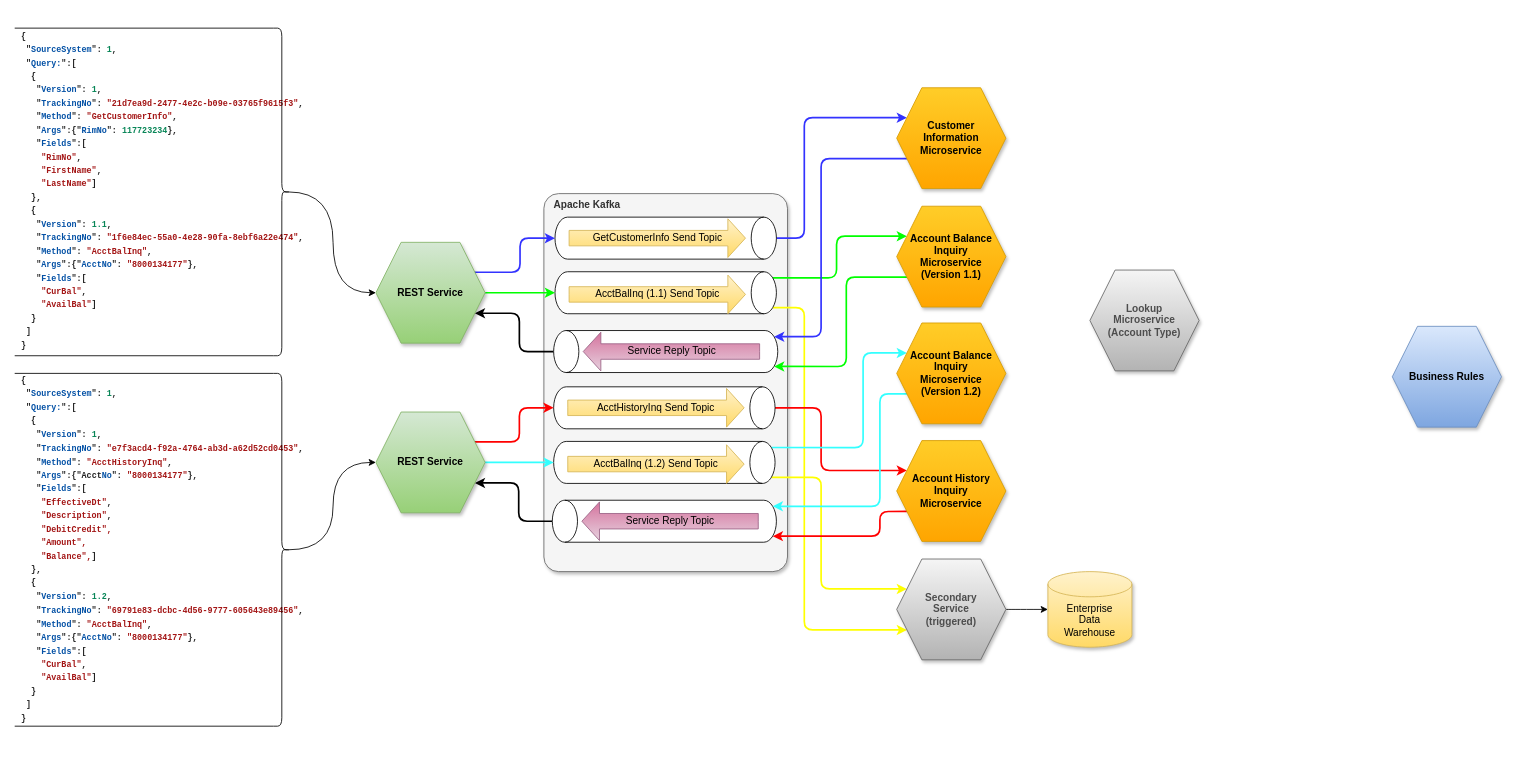
Earlier version of the draw.io diagram page "Routing" (4 of 8) of Microservice Architecture.drawio (badenhorstp/readme). Source tidied: cells renumbered, new cells numbered last; positions are measured from the earlier drawing's top-left corner, leaving out a move shared by most shapes. Both pictures are drawn from the tidied source at 84%, with x=0, y=0 at pixel (14, 14).
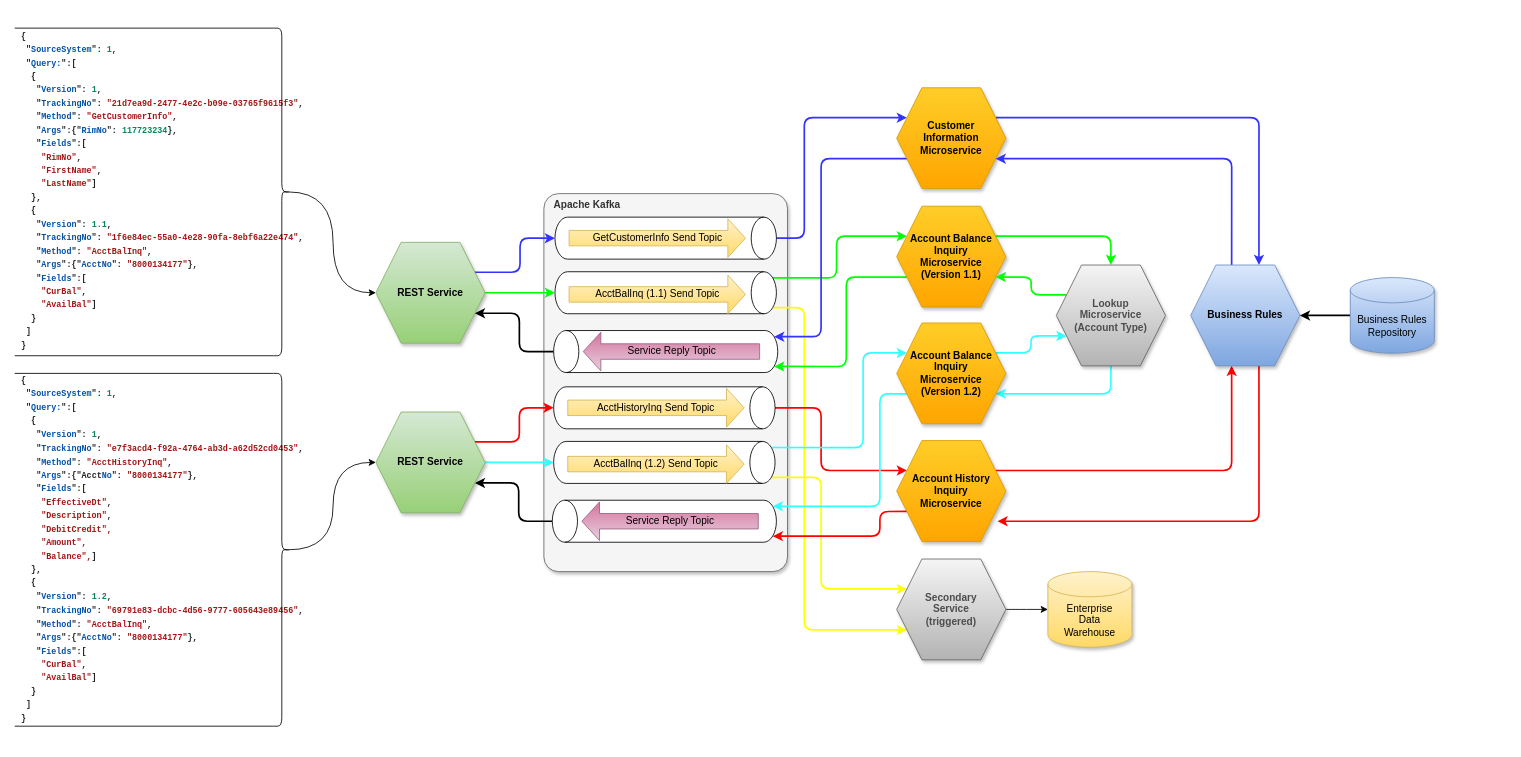
Above is the later version.

Unchanged cells that the change refers to:
```xml
<mxCell id="27" value="Customer&lt;br&gt;Information&lt;br&gt;Microservice" style="shape=hexagon;perimeter=hexagonPerimeter2;whiteSpace=wrap;html=1;fixedSize=1;fillColor=#ffcd28;strokeColor=#d79b00;shadow=1;rounded=0;gradientColor=#ffa500;size=30;fontStyle=1;" parent="1" vertex="1">
  <mxGeometry x="1050" y="87" width="130" height="120" as="geometry" />
</mxCell>
<mxCell id="29" value="Account Balance&lt;br&gt;Inquiry &lt;br&gt;Microservice&lt;br&gt;(Version 1.1)" style="shape=hexagon;perimeter=hexagonPerimeter2;whiteSpace=wrap;html=1;fixedSize=1;fillColor=#ffcd28;strokeColor=#d79b00;shadow=1;rounded=0;gradientColor=#ffa500;size=30;fontStyle=1;" parent="1" vertex="1">
  <mxGeometry x="1050" y="228" width="130" height="120" as="geometry" />
</mxCell>
<mxCell id="34" value="Account History&lt;br&gt;Inquiry&lt;br&gt;Microservice" style="shape=hexagon;perimeter=hexagonPerimeter2;whiteSpace=wrap;html=1;fixedSize=1;fillColor=#ffcd28;strokeColor=#d79b00;shadow=1;rounded=0;gradientColor=#ffa500;size=30;fontStyle=1;" parent="1" vertex="1">
  <mxGeometry x="1050" y="507" width="130" height="120" as="geometry" />
</mxCell>
<mxCell id="53" value="Account Balance&lt;br&gt;Inquiry &lt;br&gt;Microservice&lt;br&gt;(Version 1.2)" style="shape=hexagon;perimeter=hexagonPerimeter2;whiteSpace=wrap;html=1;fixedSize=1;fillColor=#ffcd28;strokeColor=#d79b00;shadow=1;rounded=0;gradientColor=#ffa500;size=30;fontStyle=1;" parent="1" vertex="1">
  <mxGeometry x="1050" y="367" width="130" height="120" as="geometry" />
</mxCell>
```

Diff of the diagram source:
```diff
@@
+    <mxCell id="54" style="edgeStyle=orthogonalEdgeStyle;rounded=1;jettySize=auto;html=1;exitX=1;exitY=0.25;exitDx=0;exitDy=0;entryX=0.625;entryY=0;entryDx=0;entryDy=0;shadow=0;strokeWidth=2;strokeColor=#3333FF;" parent="1" edge="1" source="27" target="35">
+      <mxGeometry relative="1" as="geometry" />
+    </mxCell>
@@
+    <mxCell id="55" style="edgeStyle=orthogonalEdgeStyle;rounded=1;jettySize=auto;html=1;exitX=1;exitY=0.25;exitDx=0;exitDy=0;entryX=0.5;entryY=0;entryDx=0;entryDy=0;shadow=0;strokeWidth=2;fillColor=#cce5ff;strokeColor=#00FF00;" parent="1" edge="1" source="29" target="36">
+      <mxGeometry relative="1" as="geometry" />
+    </mxCell>
@@
+    <mxCell id="56" style="edgeStyle=orthogonalEdgeStyle;rounded=1;jettySize=auto;html=1;exitX=1;exitY=0.25;exitDx=0;exitDy=0;entryX=0.375;entryY=1;entryDx=0;entryDy=0;shadow=0;strokeWidth=2;strokeColor=#FF0000;" parent="1" edge="1" source="34" target="35">
+      <mxGeometry relative="1" as="geometry" />
+    </mxCell>
@@
+    <mxCell id="57" style="edgeStyle=orthogonalEdgeStyle;rounded=1;jettySize=auto;html=1;exitX=0.375;exitY=0;exitDx=0;exitDy=0;entryX=1;entryY=0.75;entryDx=0;entryDy=0;shadow=0;strokeWidth=2;strokeColor=#3333FF;" parent="1" edge="1" source="35" target="27">
+      <mxGeometry relative="1" as="geometry">
+        <Array as="points">
+          <mxPoint x="1449" y="171" />
+        </Array>
+      </mxGeometry>
+    </mxCell>
+    <mxCell id="58" style="edgeStyle=orthogonalEdgeStyle;rounded=1;jettySize=auto;html=1;exitX=0.625;exitY=1;exitDx=0;exitDy=0;entryX=0.923;entryY=0.8;entryDx=0;entryDy=0;entryPerimeter=0;shadow=0;strokeWidth=2;strokeColor=#FF0000;" parent="1" edge="1" source="35" target="34">
+      <mxGeometry relative="1" as="geometry">
+        <Array as="points">
+          <mxPoint x="1481" y="603" />
+        </Array>
+      </mxGeometry>
+    </mxCell>
     <mxCell id="35" value="Business Rules" style="shape=hexagon;perimeter=hexagonPerimeter2;whiteSpace=wrap;html=1;fixedSize=1;fillColor=#dae8fc;strokeColor=#6c8ebf;shadow=1;rounded=0;gradientColor=#7ea6e0;size=30;fontStyle=1;" parent="1" vertex="1">
-      <mxGeometry x="1640" y="371" width="130" height="120" as="geometry" />
+      <mxGeometry x="1400" y="298" width="130" height="120" as="geometry" />
     </mxCell>
+    <mxCell id="59" style="edgeStyle=orthogonalEdgeStyle;rounded=1;jettySize=auto;html=1;exitX=0;exitY=0.25;exitDx=0;exitDy=0;entryX=1;entryY=0.75;entryDx=0;entryDy=0;shadow=0;strokeWidth=2;strokeColor=#00FF00;" parent="1" edge="1" source="36" target="29">
+      <mxGeometry relative="1" as="geometry" />
+    </mxCell>
+    <mxCell id="60" style="edgeStyle=orthogonalEdgeStyle;rounded=1;jettySize=auto;html=1;exitX=0.5;exitY=1;exitDx=0;exitDy=0;entryX=1;entryY=0.75;entryDx=0;entryDy=0;shadow=0;strokeColor=#33FFFF;strokeWidth=2;" parent="1" edge="1" source="36" target="53">
+      <mxGeometry relative="1" as="geometry" />
+    </mxCell>
     <mxCell id="36" value="Lookup&lt;br&gt;Microservice&lt;br&gt;(Account Type)" style="shape=hexagon;perimeter=hexagonPerimeter2;whiteSpace=wrap;html=1;fixedSize=1;fillColor=#f5f5f5;strokeColor=#666666;shadow=1;rounded=0;gradientColor=#b3b3b3;size=30;fontStyle=1;fontColor=#4D4D4D;" parent="1" vertex="1">
-      <mxGeometry x="1280" y="304" width="130" height="120" as="geometry" />
+      <mxGeometry x="1240" y="298" width="130" height="120" as="geometry" />
     </mxCell>
@@
+    <mxCell id="61" style="edgeStyle=orthogonalEdgeStyle;rounded=1;jettySize=auto;html=1;exitX=1;exitY=0.25;exitDx=0;exitDy=0;entryX=0;entryY=0.75;entryDx=0;entryDy=0;shadow=0;strokeColor=#33FFFF;strokeWidth=2;" parent="1" edge="1" source="53" target="36">
+      <mxGeometry relative="1" as="geometry" />
+    </mxCell>
@@
+    <mxCell id="62" style="edgeStyle=orthogonalEdgeStyle;rounded=1;jettySize=auto;html=1;exitX=0;exitY=0.5;exitDx=0;exitDy=0;exitPerimeter=0;entryX=1;entryY=0.5;entryDx=0;entryDy=0;shadow=0;strokeWidth=2;" parent="1" edge="1" source="63" target="35">
+      <mxGeometry relative="1" as="geometry" />
+    </mxCell>
+    <mxCell id="63" value="Business Rules Repository" style="shape=cylinder3;whiteSpace=wrap;html=1;boundedLbl=1;backgroundOutline=1;size=15;gradientColor=#7ea6e0;fillColor=#dae8fc;strokeColor=#6c8ebf;shadow=1;" parent="1" vertex="1">
+      <mxGeometry x="1590" y="313" width="100" height="90" as="geometry" />
+    </mxCell>
```
